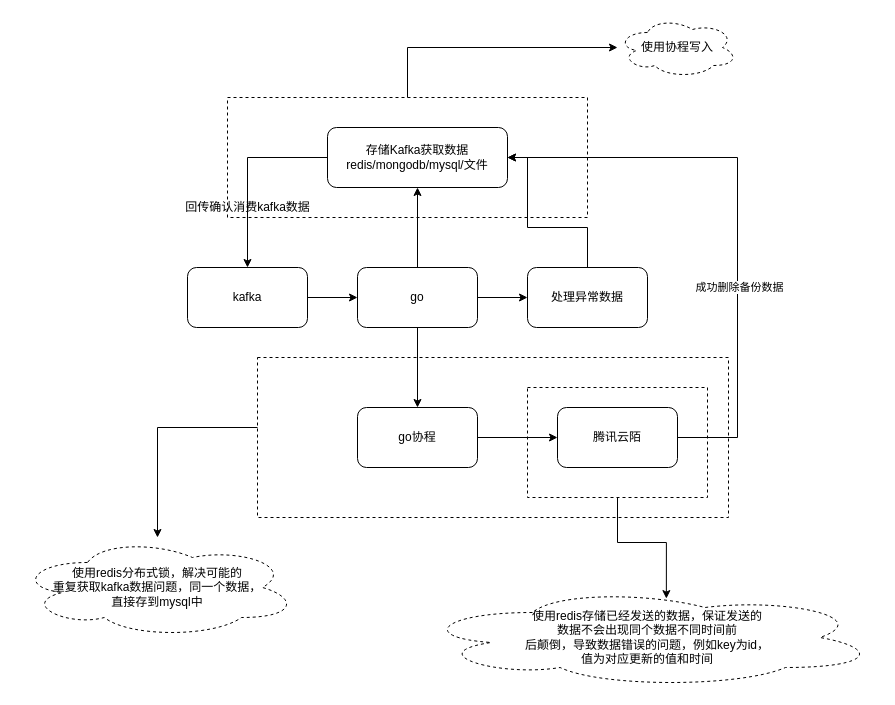
Before: 知识图/云陌同步数据方案.drawio in Sup-W/flow-diagram, a draw.io diagram. Source tidied: cells renumbered, new cells numbered last; positions are measured from the earlier drawing's top-left corner, leaving out a move shared by most shapes. Both pictures are drawn from the tidied source at 100%, with x=0, y=0 at pixel (17, 17).
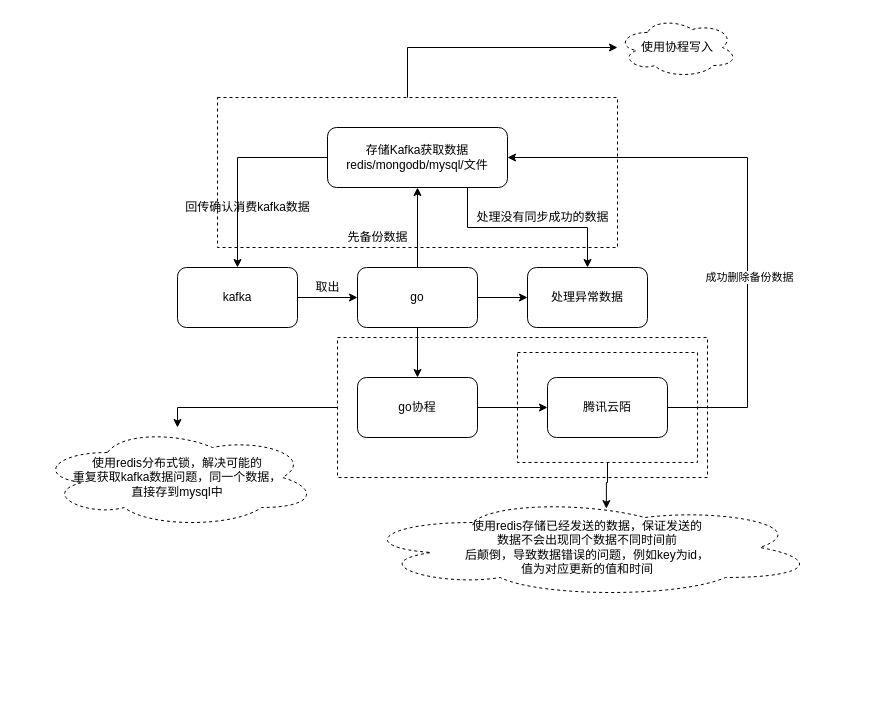
After the change.

Commit message:
更新云陌同步数据方案.drawio

Unchanged cells that the change refers to:
```xml
<mxCell id="14" value="存储Kafka获取数据&lt;br&gt;redis/mongodb/mysql/文件" style="rounded=1;whiteSpace=wrap;html=1;" parent="1" vertex="1">
  <mxGeometry x="310" y="110" width="180" height="60" as="geometry" />
</mxCell>
<mxCell id="23" value="处理异常数据" style="rounded=1;whiteSpace=wrap;html=1;" parent="1" vertex="1">
  <mxGeometry x="510" y="250" width="120" height="60" as="geometry" />
</mxCell>
```

What changed in the source:
```diff
@@
     <mxCell id="3" value="kafka" style="rounded=1;whiteSpace=wrap;html=1;" parent="1" vertex="1">
-      <mxGeometry x="170" y="250" width="120" height="60" as="geometry" />
+      <mxGeometry x="160" y="250" width="120" height="60" as="geometry" />
     </mxCell>
@@
     <mxCell id="9" value="go协程" style="rounded=1;whiteSpace=wrap;html=1;" parent="1" vertex="1">
-      <mxGeometry x="340" y="390" width="120" height="60" as="geometry" />
+      <mxGeometry x="340" y="360" width="120" height="60" as="geometry" />
     </mxCell>
     <mxCell id="10" style="edgeStyle=orthogonalEdgeStyle;rounded=0;jettySize=auto;html=1;entryX=1;entryY=0.5;entryDx=0;entryDy=0;" parent="1" edge="1" source="12" target="14">
       <mxGeometry relative="1" as="geometry">
         <Array as="points">
-          <mxPoint x="720" y="420" />
-          <mxPoint x="720" y="140" />
+          <mxPoint x="730" y="390" />
+          <mxPoint x="730" y="140" />
         </Array>
       </mxGeometry>
     </mxCell>
@@
     <mxCell id="12" value="腾讯云陌" style="rounded=1;whiteSpace=wrap;html=1;" parent="1" vertex="1">
-      <mxGeometry x="540" y="390" width="120" height="60" as="geometry" />
+      <mxGeometry x="530" y="360" width="120" height="60" as="geometry" />
     </mxCell>
@@
+    <mxCell id="27" style="edgeStyle=orthogonalEdgeStyle;rounded=0;jettySize=auto;html=1;" parent="1" edge="1" source="14" target="23">
+      <mxGeometry relative="1" as="geometry">
+        <Array as="points">
+          <mxPoint x="450" y="210" />
+          <mxPoint x="570" y="210" />
+        </Array>
+      </mxGeometry>
+    </mxCell>
@@
     <mxCell id="17" style="rounded=0;whiteSpace=wrap;html=1;fillColor=none;dashed=1;" parent="1" vertex="1">
-      <mxGeometry x="210" y="80" width="360" height="120" as="geometry" />
+      <mxGeometry x="200" y="80" width="400" height="150" as="geometry" />
     </mxCell>
@@
     <mxCell id="19" style="edgeStyle=orthogonalEdgeStyle;rounded=0;jettySize=auto;html=1;" parent="1" edge="1" source="20" target="21">
       <mxGeometry relative="1" as="geometry">
         <Array as="points">
-          <mxPoint x="140" y="410" />
+          <mxPoint x="160" y="390" />
         </Array>
       </mxGeometry>
     </mxCell>
     <mxCell id="20" style="verticalLabelPosition=bottom;verticalAlign=top;html=1;shape=mxgraph.basic.rect;fillColor2=none;strokeWidth=1;size=20;indent=5;dashed=1;fillColor=none;" parent="1" vertex="1">
-      <mxGeometry x="240" y="340" width="471" height="160" as="geometry" />
+      <mxGeometry x="320" y="320" width="370" height="140" as="geometry" />
     </mxCell>
     <mxCell id="21" value="使用redis分布式锁，解决可能的&lt;br&gt;重复获取kafka数据问题，同一个数据，&lt;br&gt;直接存到mysql中" style="ellipse;shape=cloud;whiteSpace=wrap;html=1;align=center;dashed=1;fillColor=none;" parent="1" vertex="1">
-      <mxGeometry y="520" width="280" height="100" as="geometry" />
+      <mxGeometry x="20" y="410" width="280" height="100" as="geometry" />
     </mxCell>
-    <mxCell id="22" style="edgeStyle=orthogonalEdgeStyle;rounded=0;jettySize=auto;html=1;entryX=1;entryY=0.5;entryDx=0;entryDy=0;" parent="1" edge="1" source="23" target="14">
-      <mxGeometry relative="1" as="geometry">
-        <Array as="points">
-          <mxPoint x="570" y="210" />
-          <mxPoint x="510" y="210" />
-          <mxPoint x="510" y="140" />
-        </Array>
-      </mxGeometry>
-    </mxCell>
@@
     <mxCell id="24" value="使用redis存储已经发送的数据，保证发送的&lt;br&gt;数据不会出现同个数据不同时间前&lt;br&gt;后颠倒，导致数据错误的问题，例如key为id，&lt;br&gt;值为对应更新的值和时间" style="ellipse;shape=cloud;whiteSpace=wrap;html=1;align=center;dashed=1;fillColor=none;" parent="1" vertex="1">
-      <mxGeometry x="400" y="570" width="460" height="100" as="geometry" />
+      <mxGeometry x="340" y="480" width="460" height="100" as="geometry" />
     </mxCell>
@@
     <mxCell id="26" style="rounded=0;whiteSpace=wrap;html=1;dashed=1;fillColor=none;" parent="1" vertex="1">
-      <mxGeometry x="510" y="370" width="180" height="110" as="geometry" />
+      <mxGeometry x="500" y="335" width="180" height="110" as="geometry" />
     </mxCell>
+    <mxCell id="28" value="处理没有同步成功的数据" style="text;html=1;align=center;verticalAlign=middle;strokeColor=none;fillColor=none;" parent="1" vertex="1">
+      <mxGeometry x="450" y="190" width="150" height="20" as="geometry" />
+    </mxCell>
+    <mxCell id="29" value="取出" style="text;html=1;align=center;verticalAlign=middle;strokeColor=none;fillColor=none;" parent="1" vertex="1">
+      <mxGeometry x="290" y="260" width="40" height="20" as="geometry" />
+    </mxCell>
+    <mxCell id="30" value="先备份数据" style="text;html=1;align=center;verticalAlign=middle;strokeColor=none;fillColor=none;" parent="1" vertex="1">
+      <mxGeometry x="320" y="210" width="80" height="20" as="geometry" />
+    </mxCell>
```
